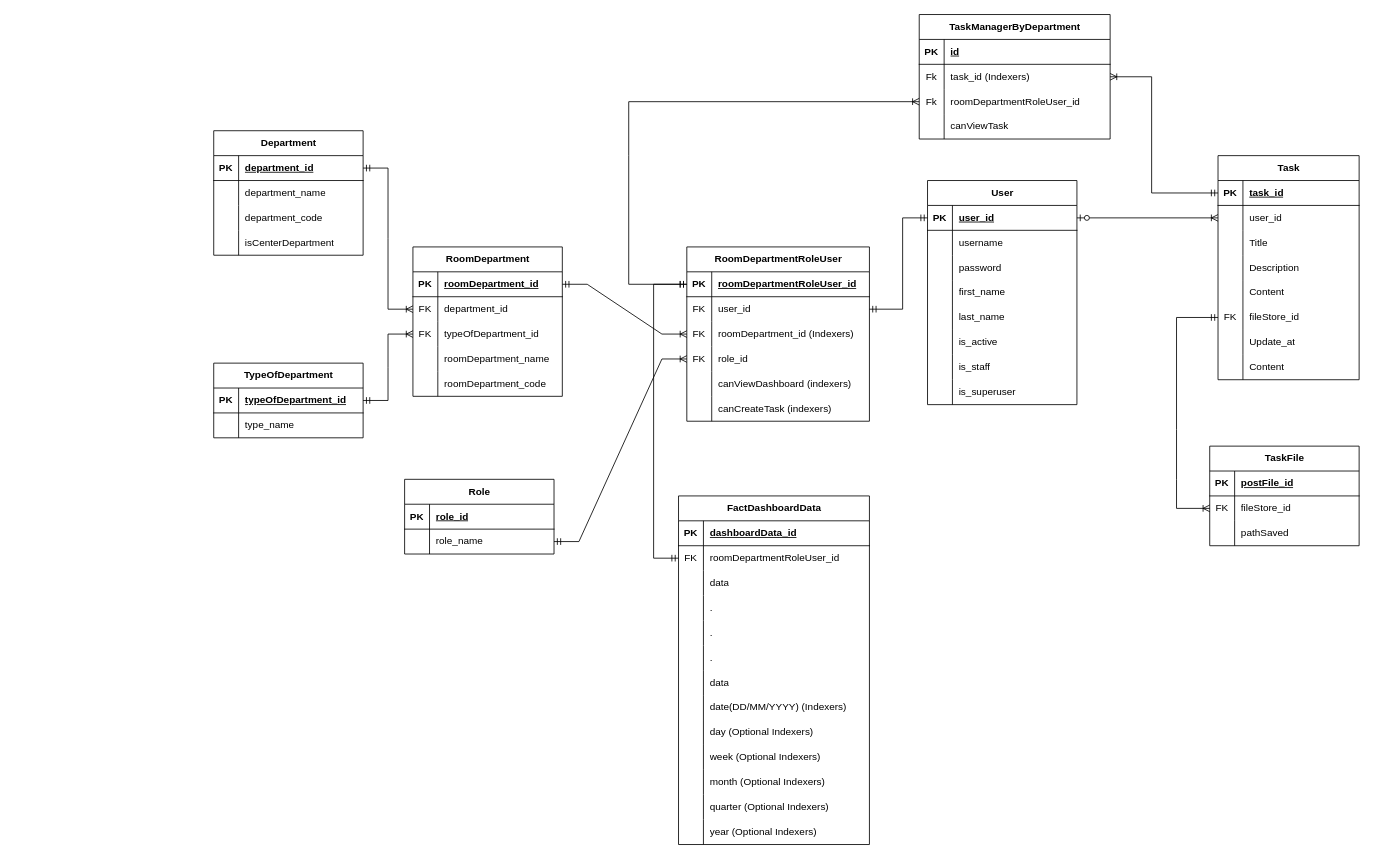
Earlier version of the draw.io diagram thiet_ke_db.drawio (toanhvt98/web_backend). Source tidied: cells renumbered, new cells numbered last; positions are measured from the earlier drawing's top-left corner, leaving out a move shared by most shapes. Both pictures are drawn from the tidied source at 83%, with x=0, y=0 at pixel (213, 14).
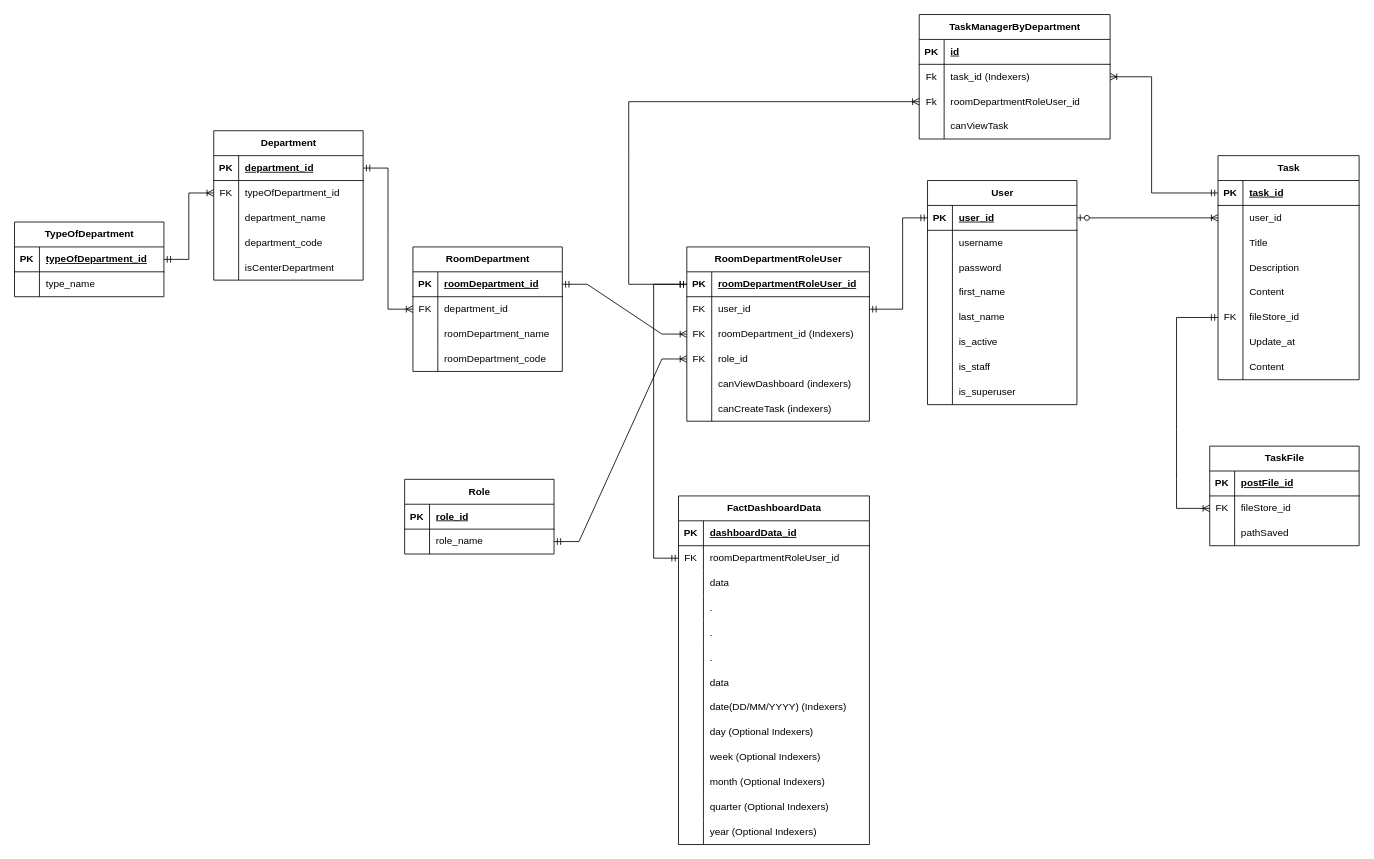
The same diagram, later.

The change refers to these unchanged cells:
```xml
<mxCell id="31" style="shape=tableRow;horizontal=0;startSize=0;swimlaneHead=0;swimlaneBody=0;fillColor=none;points=[[0,0.5],[1,0.5]];portConstraint=eastwest;top=0;left=0;right=0;bottom=0;" parent="27" vertex="1">
  <mxGeometry y="60" width="180" height="30" as="geometry" />
</mxCell>
<mxCell id="34" style="shape=tableRow;horizontal=0;startSize=0;swimlaneHead=0;swimlaneBody=0;fillColor=none;top=0;left=0;right=0;bottom=0;" parent="27" vertex="1">
  <mxGeometry y="90" width="180" height="30" as="geometry" />
</mxCell>
<mxCell id="37" style="shape=tableRow;horizontal=0;startSize=0;swimlaneHead=0;swimlaneBody=0;fillColor=none;top=0;left=0;right=0;bottom=0;" parent="27" vertex="1">
  <mxGeometry y="120" width="180" height="30" as="geometry" />
</mxCell>
<mxCell id="180" style="shape=tableRow;horizontal=0;startSize=0;swimlaneHead=0;swimlaneBody=0;fillColor=none;points=[[0,0.5],[1,0.5]];portConstraint=eastwest;top=0;left=0;right=0;bottom=1;" parent="179" vertex="1">
  <mxGeometry y="30" width="180" height="30" as="geometry" />
</mxCell>
```

Change to the diagram source:
```diff
@@
     <mxCell id="27" value="Department" style="shape=table;startSize=30;childLayout=tableLayout;rowLines=0;fontStyle=1;align=center;html=1;" parent="1" vertex="1">
-      <mxGeometry y="140" width="180" height="150" as="geometry" />
+      <mxGeometry y="140" width="180" height="180" as="geometry" />
     </mxCell>
@@
-    <mxCell id="32" style="shape=partialRectangle;fillColor=none;top=0;left=0;bottom=0;right=0;overflow=hidden;whiteSpace=wrap;html=1;" parent="31" vertex="1">
+    <mxCell id="32" value="FK" style="shape=partialRectangle;fillColor=none;top=0;left=0;bottom=0;right=0;overflow=hidden;whiteSpace=wrap;html=1;" parent="31" vertex="1">
       <mxGeometry width="30" height="30" as="geometry" />
     </mxCell>
-    <mxCell id="33" value="department_name" style="shape=partialRectangle;fillColor=none;top=0;left=0;bottom=0;right=0;align=left;spacingLeft=6;overflow=hidden;whiteSpace=wrap;html=1;" parent="31" vertex="1">
+    <mxCell id="33" value="typeOfDepartment_id" style="shape=partialRectangle;fillColor=none;top=0;left=0;bottom=0;right=0;align=left;spacingLeft=6;overflow=hidden;whiteSpace=wrap;html=1;" parent="31" vertex="1">
       <mxGeometry x="30" width="150" height="30" as="geometry" />
     </mxCell>
@@
-    <mxCell id="36" value="department_code" style="shape=partialRectangle;fillColor=none;top=0;left=0;bottom=0;right=0;align=left;spacingLeft=6;overflow=hidden;whiteSpace=wrap;html=1;" parent="34" vertex="1">
+    <mxCell id="36" value="department_name" style="shape=partialRectangle;fillColor=none;top=0;left=0;bottom=0;right=0;align=left;spacingLeft=6;overflow=hidden;whiteSpace=wrap;html=1;" parent="34" vertex="1">
       <mxGeometry x="30" width="150" height="30" as="geometry" />
     </mxCell>
@@
-    <mxCell id="39" value="isCenterDepartment" style="shape=partialRectangle;fillColor=none;top=0;left=0;bottom=0;right=0;align=left;spacingLeft=6;overflow=hidden;whiteSpace=wrap;html=1;" parent="37" vertex="1">
+    <mxCell id="39" value="department_code" style="shape=partialRectangle;fillColor=none;top=0;left=0;bottom=0;right=0;align=left;spacingLeft=6;overflow=hidden;whiteSpace=wrap;html=1;" parent="37" vertex="1">
       <mxGeometry x="30" width="150" height="30" as="geometry" />
     </mxCell>
+    <mxCell id="187" style="shape=tableRow;horizontal=0;startSize=0;swimlaneHead=0;swimlaneBody=0;fillColor=none;top=0;left=0;right=0;bottom=0;" parent="27" vertex="1">
+      <mxGeometry y="150" width="180" height="30" as="geometry" />
+    </mxCell>
+    <mxCell id="188" style="shape=partialRectangle;fillColor=none;top=0;left=0;bottom=0;right=0;overflow=hidden;whiteSpace=wrap;html=1;" parent="187" vertex="1">
+      <mxGeometry width="30" height="30" as="geometry" />
+    </mxCell>
+    <mxCell id="189" value="isCenterDepartment" style="shape=partialRectangle;fillColor=none;top=0;left=0;bottom=0;right=0;align=left;spacingLeft=6;overflow=hidden;whiteSpace=wrap;html=1;" parent="187" vertex="1">
+      <mxGeometry x="30" width="150" height="30" as="geometry" />
+    </mxCell>
@@
     <mxCell id="120" value="RoomDepartment" style="shape=table;startSize=30;childLayout=tableLayout;rowLines=0;fontStyle=1;align=center;html=1;" parent="1" vertex="1">
-      <mxGeometry x="240" y="280" width="180" height="180" as="geometry" />
+      <mxGeometry x="240" y="280" width="180" height="150" as="geometry" />
     </mxCell>
@@
-    <mxCell id="127" style="shape=tableRow;horizontal=0;startSize=0;swimlaneHead=0;swimlaneBody=0;fillColor=none;points=[[0,0.5],[1,0.5]];portConstraint=eastwest;top=0;left=0;right=0;bottom=0;" parent="120" vertex="1">
-      <mxGeometry y="90" width="180" height="30" as="geometry" />
-    </mxCell>
-    <mxCell id="128" value="FK" style="shape=partialRectangle;fillColor=none;top=0;left=0;bottom=0;right=0;overflow=hidden;whiteSpace=wrap;html=1;" parent="127" vertex="1">
-      <mxGeometry width="30" height="30" as="geometry" />
-    </mxCell>
-    <mxCell id="129" value="typeOfDepartment_id" style="shape=partialRectangle;fillColor=none;top=0;left=0;bottom=0;right=0;align=left;spacingLeft=6;overflow=hidden;whiteSpace=wrap;html=1;" parent="127" vertex="1">
-      <mxGeometry x="30" width="150" height="30" as="geometry" />
-    </mxCell>
     <mxCell id="130" style="shape=tableRow;horizontal=0;startSize=0;swimlaneHead=0;swimlaneBody=0;fillColor=none;top=0;left=0;right=0;bottom=0;" parent="120" vertex="1">
-      <mxGeometry y="120" width="180" height="30" as="geometry" />
+      <mxGeometry y="90" width="180" height="30" as="geometry" />
     </mxCell>
@@
     <mxCell id="133" style="shape=tableRow;horizontal=0;startSize=0;swimlaneHead=0;swimlaneBody=0;fillColor=none;top=0;left=0;right=0;bottom=0;" parent="120" vertex="1">
-      <mxGeometry y="150" width="180" height="30" as="geometry" />
+      <mxGeometry y="120" width="180" height="30" as="geometry" />
     </mxCell>
@@
     <mxCell id="179" value="TypeOfDepartment" style="shape=table;startSize=30;childLayout=tableLayout;rowLines=0;fontStyle=1;align=center;html=1;" parent="1" vertex="1">
-      <mxGeometry y="420" width="180" height="90" as="geometry" />
+      <mxGeometry x="-240" y="250" width="180" height="90" as="geometry" />
     </mxCell>
@@
-    <mxCell id="186" style="edgeStyle=entityRelationEdgeStyle;fontSize=12;html=1;endArrow=ERoneToMany;startArrow=ERmandOne;rounded=0;exitX=1;exitY=0.5;exitDx=0;exitDy=0;entryX=0;entryY=0.5;entryDx=0;entryDy=0;" parent="1" edge="1" source="180" target="127">
+    <mxCell id="186" style="edgeStyle=entityRelationEdgeStyle;fontSize=12;html=1;endArrow=ERoneToMany;startArrow=ERmandOne;rounded=0;exitX=1;exitY=0.5;exitDx=0;exitDy=0;entryX=0;entryY=0.5;entryDx=0;entryDy=0;" parent="1" edge="1" source="180" target="31">
       <mxGeometry relative="1" as="geometry" />
     </mxCell>
```
